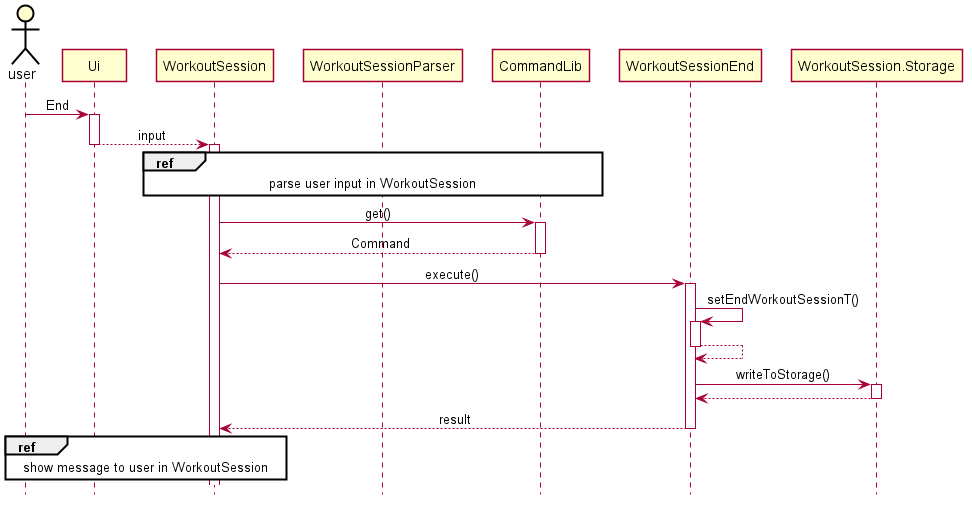
zsk612/tp keeps this PlantUML diagram as docs/pictures/jinyang/WorkoutSessionEnd.png. Above is the earlier version.
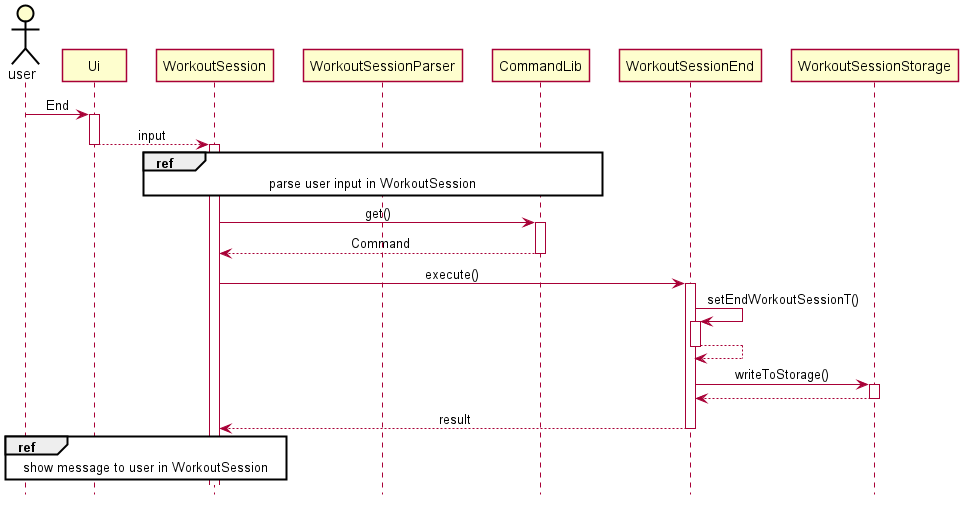
Later version of the same file.

The edit, as a diff of the source:
```diff
@@ -60,10 +60,10 @@
 activate WorkoutSessionEnd
 WorkoutSessionEnd --> WorkoutSessionEnd
 deactivate WorkoutSessionEnd
-WorkoutSessionEnd -> WorkoutSession.Storage : writeToStorage()
-activate WorkoutSession.Storage
-WorkoutSession.Storage --> WorkoutSessionEnd
-deactivate WorkoutSession.Storage
+WorkoutSessionEnd -> WorkoutSessionStorage : writeToStorage()
+activate WorkoutSessionStorage
+WorkoutSessionStorage --> WorkoutSessionEnd
+deactivate WorkoutSessionStorage
 
 WorkoutSessionEnd --> WorkoutSession : result
 deactivate WorkoutSessionEnd
```
